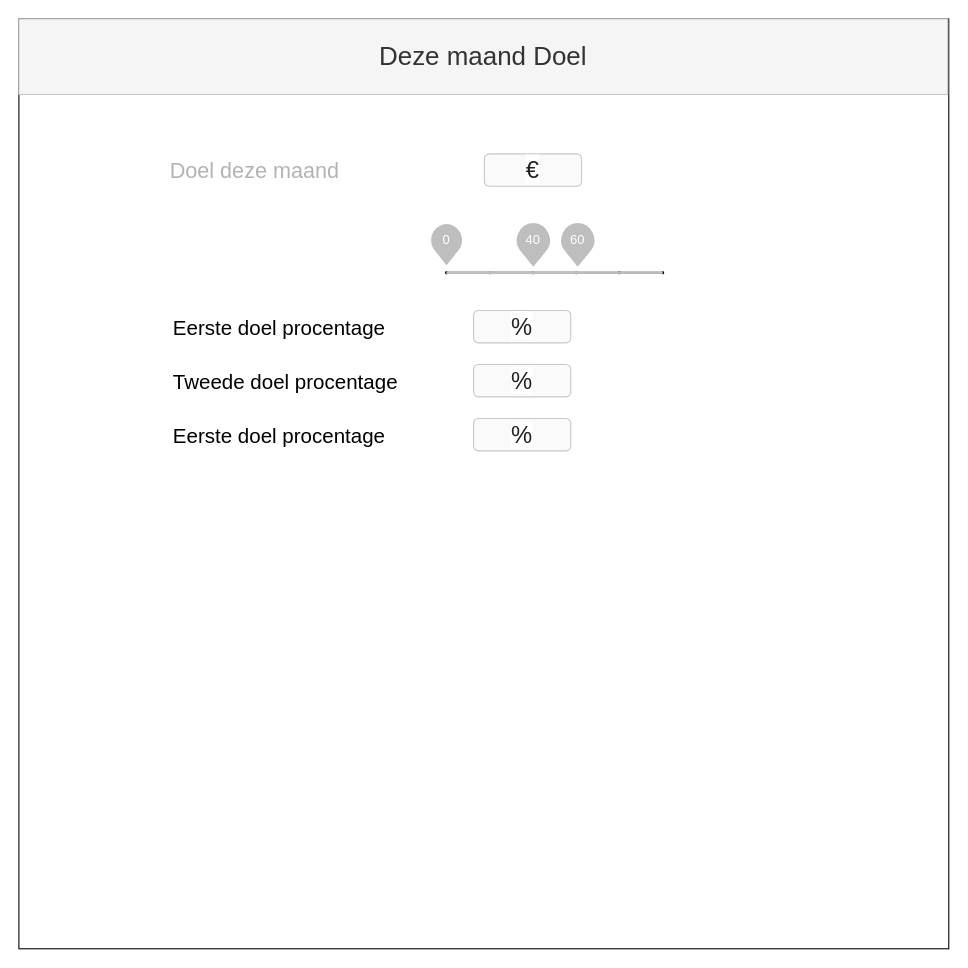
shafea87/mijnProject keeps this draw.io diagram as page "Deze maand Doel" (5 of 6) of Untitled Diagram.drawio. Above is the earlier version. Source tidied: cells renumbered, new cells numbered last; positions are measured from the earlier drawing's top-left corner, leaving out a move shared by most shapes. Both pictures are drawn from the tidied source at 108%, with x=0, y=0 at pixel (18, 18).
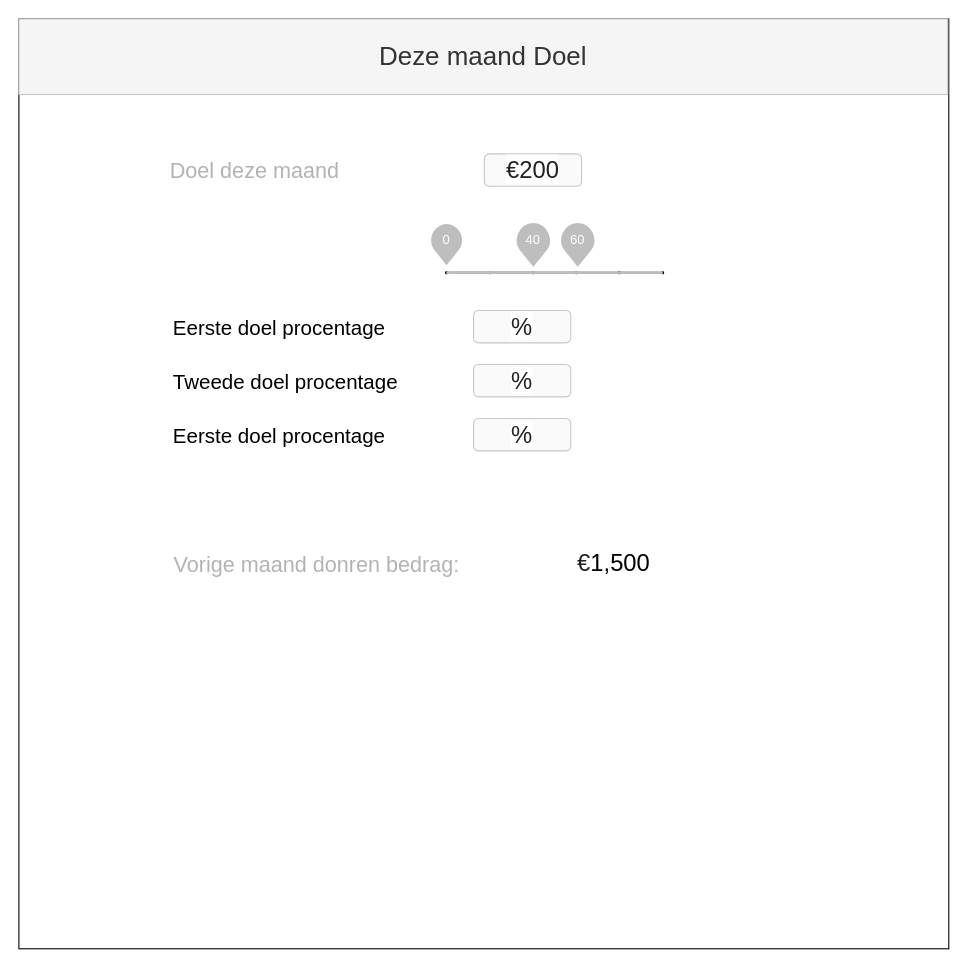
The same diagram, later.

What changed in the source:
```diff
@@
 <mxGraphModel>
   <root>
     <mxCell id="0" />
     <mxCell id="1" parent="0" />
     <mxCell id="2" style="whiteSpace=wrap;html=1;strokeWidth=1;" parent="1" vertex="1">
       <mxGeometry width="861" height="861" as="geometry" />
     </mxCell>
     <mxCell id="3" value="&lt;font style=&quot;font-size: 24px&quot;&gt;Deze maand Doel&lt;/font&gt;" style="text;html=1;strokeColor=#C7C7C7;fillColor=#f5f5f5;align=center;verticalAlign=middle;whiteSpace=wrap;fontColor=#333333;" parent="1" vertex="1">
       <mxGeometry width="860" height="70" as="geometry" />
     </mxCell>
     <mxCell id="4" value="Doel deze maand" style="text;html=1;strokeColor=none;fillColor=none;align=center;verticalAlign=middle;whiteSpace=wrap;rounded=0;fontSize=20;fontColor=#B3B3B3;" parent="1" vertex="1">
       <mxGeometry x="131" y="125" width="175" height="30" as="geometry" />
     </mxCell>
-    <mxCell id="5" value="&lt;span style=&quot;color: rgb(32 , 33 , 36) ; font-family: &amp;#34;google sans&amp;#34; , &amp;#34;arial&amp;#34; , sans-serif ; background-color: rgb(255 , 255 , 255)&quot;&gt;&lt;font style=&quot;font-size: 22px&quot;&gt;€&lt;/font&gt;&lt;/span&gt;" style="rounded=1;whiteSpace=wrap;html=1;fontSize=24;fontColor=#000000;strokeColor=#C7C7C7;strokeWidth=1;fillColor=#FAFAFA;align=center;" parent="1" vertex="1">
+    <mxCell id="5" value="&lt;span style=&quot;color: rgb(32 , 33 , 36) ; font-family: &amp;#34;google sans&amp;#34; , &amp;#34;arial&amp;#34; , sans-serif ; background-color: rgb(255 , 255 , 255)&quot;&gt;&lt;font style=&quot;font-size: 22px&quot;&gt;€200&lt;/font&gt;&lt;/span&gt;" style="rounded=1;whiteSpace=wrap;html=1;fontSize=24;fontColor=#000000;strokeColor=#C7C7C7;strokeWidth=1;fillColor=#FAFAFA;align=center;" parent="1" vertex="1">
       <mxGeometry x="431" y="125" width="90" height="30" as="geometry" />
     </mxCell>
     <mxCell id="6" value="&lt;font style=&quot;font-size: 19px&quot;&gt;Eerste doel procentage&lt;/font&gt;" style="text;html=1;strokeColor=none;fillColor=none;align=left;verticalAlign=middle;whiteSpace=wrap;rounded=0;fontSize=24;fontColor=#000000;" parent="1" vertex="1">
       <mxGeometry x="141" y="270" width="210" height="30" as="geometry" />
     </mxCell>
     <mxCell id="7" value="&lt;span style=&quot;color: rgb(32 , 33 , 36) ; font-family: &amp;#34;google sans&amp;#34; , &amp;#34;arial&amp;#34; , sans-serif ; background-color: rgb(255 , 255 , 255)&quot;&gt;&lt;font style=&quot;font-size: 22px&quot;&gt;%&lt;/font&gt;&lt;/span&gt;" style="rounded=1;whiteSpace=wrap;html=1;fontSize=24;fontColor=#000000;strokeColor=#C7C7C7;strokeWidth=1;fillColor=#FAFAFA;align=center;" parent="1" vertex="1">
       <mxGeometry x="421" y="270" width="90" height="30" as="geometry" />
     </mxCell>
     <mxCell id="8" value="&lt;font style=&quot;font-size: 19px&quot;&gt;Tweede doel procentage&lt;/font&gt;" style="text;html=1;strokeColor=none;fillColor=none;align=left;verticalAlign=middle;whiteSpace=wrap;rounded=0;fontSize=24;fontColor=#000000;" parent="1" vertex="1">
       <mxGeometry x="141" y="320" width="220" height="30" as="geometry" />
     </mxCell>
     <mxCell id="9" value="&lt;font style=&quot;font-size: 19px&quot;&gt;Eerste doel procentage&lt;/font&gt;" style="text;html=1;strokeColor=none;fillColor=none;align=left;verticalAlign=middle;whiteSpace=wrap;rounded=0;fontSize=24;fontColor=#000000;" parent="1" vertex="1">
       <mxGeometry x="141" y="370" width="210" height="30" as="geometry" />
     </mxCell>
     <mxCell id="10" value="&lt;font color=&quot;#202124&quot; face=&quot;google sans, arial, sans-serif&quot;&gt;&lt;span style=&quot;font-size: 22px ; background-color: rgb(255 , 255 , 255)&quot;&gt;%&lt;/span&gt;&lt;/font&gt;" style="rounded=1;whiteSpace=wrap;html=1;fontSize=24;fontColor=#000000;strokeColor=#C7C7C7;strokeWidth=1;fillColor=#FAFAFA;align=center;" parent="1" vertex="1">
       <mxGeometry x="421" y="320" width="90" height="30" as="geometry" />
     </mxCell>
     <mxCell id="11" value="&lt;font color=&quot;#202124&quot; face=&quot;google sans, arial, sans-serif&quot;&gt;&lt;span style=&quot;font-size: 22px ; background-color: rgb(255 , 255 , 255)&quot;&gt;%&lt;/span&gt;&lt;/font&gt;" style="rounded=1;whiteSpace=wrap;html=1;fontSize=24;fontColor=#000000;strokeColor=#C7C7C7;strokeWidth=1;fillColor=#FAFAFA;align=center;" parent="1" vertex="1">
       <mxGeometry x="421" y="370" width="90" height="30" as="geometry" />
     </mxCell>
     <mxCell id="12" style="dashed=0;verticalLabelPosition=bottom;verticalAlign=top;align=center;shape=mxgraph.gmdl.sliderDiscreteDots;barPos=0;bright=1;strokeColor=#0F9D58;opacity=100;strokeWidth=2;fillColor=#0F9D58;handleSize=10;shadow=0;fontSize=12;fontColor=#ffffff;" parent="1" vertex="1">
       <mxGeometry x="396" y="190" width="200" height="45" as="geometry" />
     </mxCell>
     <mxCell id="13" style="dashed=0;verticalLabelPosition=bottom;verticalAlign=top;align=center;shape=mxgraph.gmdl.sliderDiscrete;barPos=40.17;strokeColor=#BEBEBE;opacity=100;strokeWidth=2;fillColor=#BEBEBE;handleSize=10;shadow=0;fontSize=12;fontColor=#ffffff;" parent="1" vertex="1">
       <mxGeometry x="396" y="190" width="200" height="45" as="geometry" />
     </mxCell>
     <mxCell id="14" style="dashed=0;verticalLabelPosition=bottom;verticalAlign=top;align=center;shape=mxgraph.gmdl.sliderDiscrete;barPos=59.72;strokeColor=#BEBEBE;opacity=100;strokeWidth=2;fillColor=#BEBEBE;handleSize=10;shadow=0;fontSize=12;fontColor=#ffffff;" parent="1" vertex="1">
       <mxGeometry x="401" y="190" width="195" height="45" as="geometry" />
     </mxCell>
+    <mxCell id="15" value="Vorige maand donren bedrag:" style="text;html=1;strokeColor=none;fillColor=none;align=center;verticalAlign=middle;whiteSpace=wrap;rounded=0;fontSize=20;fontColor=#B3B3B3;" parent="1" vertex="1">
+      <mxGeometry x="131" y="490" width="290" height="30" as="geometry" />
+    </mxCell>
+    <mxCell id="16" value="&lt;span style=&quot;color: rgb(32 , 33 , 36) ; font-family: &amp;#34;google sans&amp;#34; , &amp;#34;arial&amp;#34; , sans-serif ; font-size: 22px ; background-color: rgb(255 , 255 , 255)&quot;&gt;€&lt;/span&gt;&lt;font style=&quot;font-size: 22px&quot;&gt;1,500&lt;/font&gt;" style="text;html=1;strokeColor=none;fillColor=none;align=center;verticalAlign=middle;whiteSpace=wrap;rounded=0;" parent="1" vertex="1">
+      <mxGeometry x="521" y="490" width="60" height="30" as="geometry" />
+    </mxCell>
   </root>
 </mxGraphModel>
```
